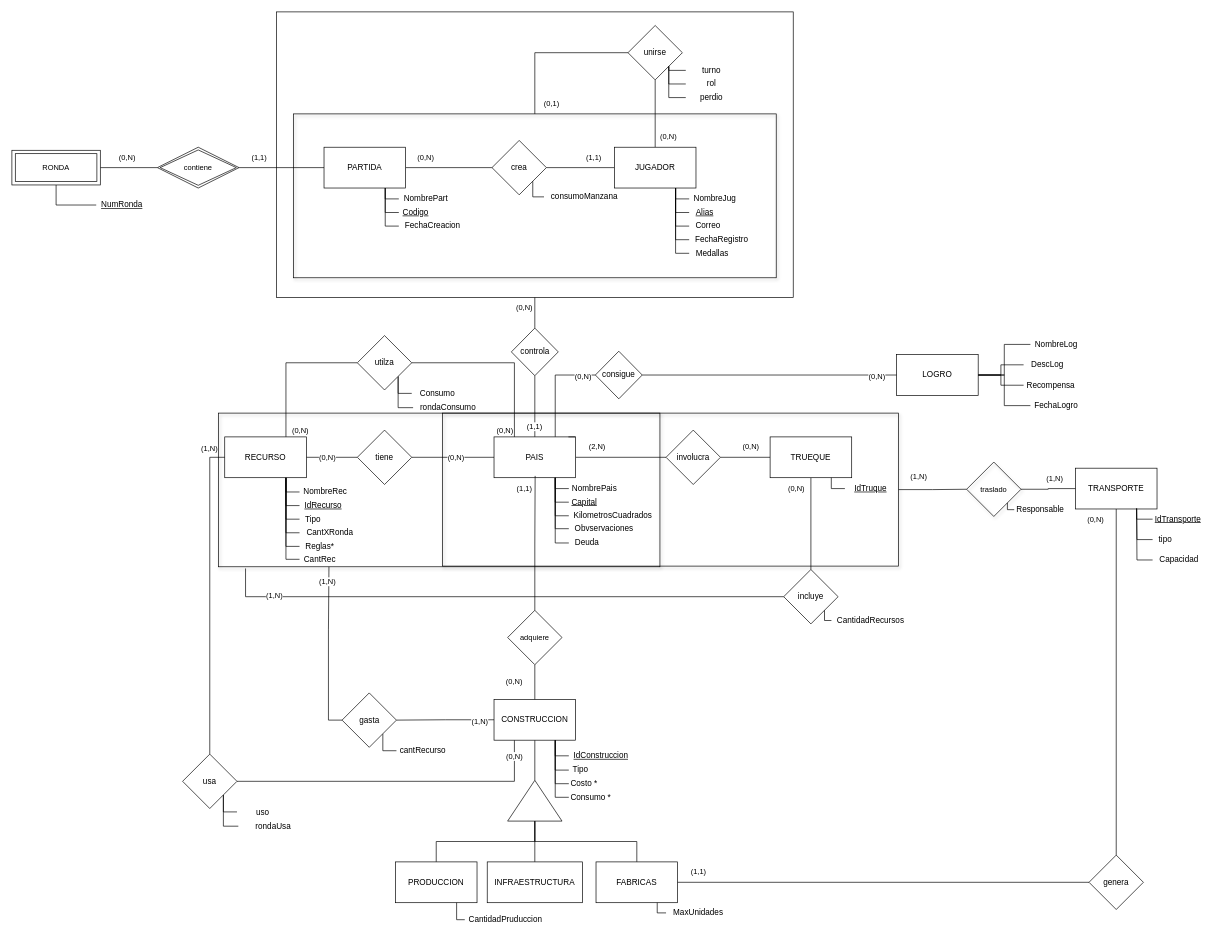
Above: Obligatorio1/MER/Obl1MER .drawio in zequui/BaseDeDatos1_FacultadORT (draw.io), before the change. Source tidied: cells renumbered, new cells numbered last; positions are measured from the earlier drawing's top-left corner, leaving out a move shared by most shapes. Both pictures are drawn from the tidied source at 68%, with x=0, y=0 at pixel (12, 12).
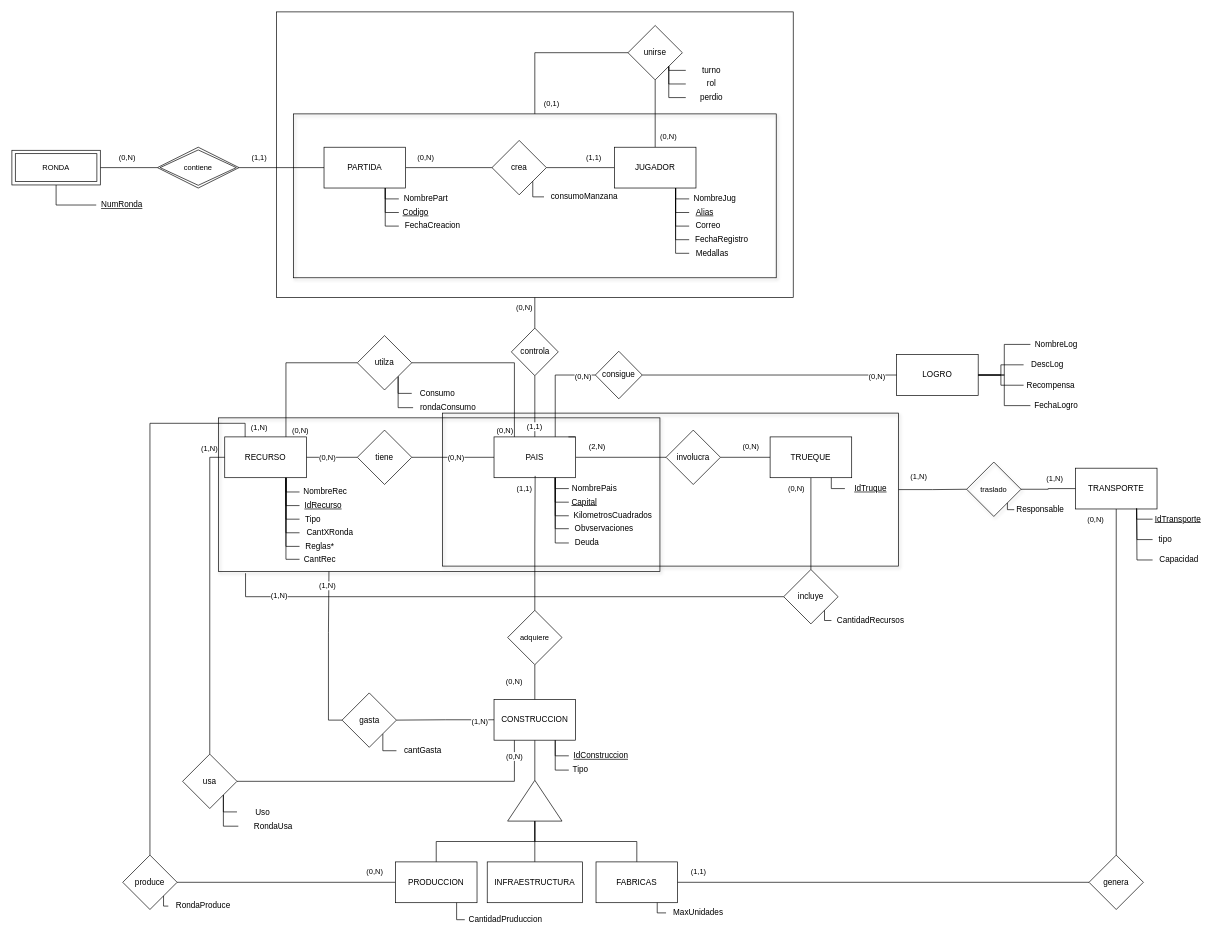
Above is the later version.

The change refers to these unchanged cells:
```xml
<mxCell id="56" value="RECURSO" style="rounded=0;whiteSpace=wrap;html=1;" parent="1" vertex="1">
  <mxGeometry x="313" y="625" width="120" height="60" as="geometry" />
</mxCell>
<mxCell id="70" value="CONSTRUCCION" style="rounded=0;whiteSpace=wrap;html=1;" parent="1" vertex="1">
  <mxGeometry x="709" y="1011" width="120" height="60" as="geometry" />
</mxCell>
<mxCell id="112" value="PRODUCCION" style="rounded=0;whiteSpace=wrap;html=1;" parent="1" vertex="1">
  <mxGeometry x="564" y="1250" width="120" height="60" as="geometry" />
</mxCell>
```

Change to the diagram source:
```diff
@@
     <mxCell id="2" style="rounded=0;whiteSpace=wrap;html=1;fontFamily=Helvetica;fontSize=11;fontColor=default;labelBackgroundColor=default;fillColor=none;shadow=1;" parent="1" vertex="1">
-      <mxGeometry x="304" y="590" width="649" height="226" as="geometry" />
+      <mxGeometry x="304" y="597" width="649" height="226" as="geometry" />
     </mxCell>
@@
+    <mxCell id="185" style="edgeStyle=orthogonalEdgeStyle;rounded=0;jettySize=auto;html=1;exitX=0;exitY=0.5;exitDx=0;exitDy=0;entryX=1;entryY=0.5;entryDx=0;entryDy=0;endArrow=none;endFill=0;" parent="1" edge="1" source="112" target="187">
+      <mxGeometry relative="1" as="geometry" />
+    </mxCell>
@@
-    <mxCell id="135" style="edgeStyle=orthogonalEdgeStyle;shape=connector;rounded=0;jettySize=auto;html=1;exitX=0;exitY=0.5;exitDx=0;exitDy=0;entryX=0.75;entryY=1;entryDx=0;entryDy=0;strokeColor=default;align=center;verticalAlign=middle;fontFamily=Helvetica;fontSize=11;fontColor=default;labelBackgroundColor=default;endArrow=none;endFill=0;" parent="1" edge="1" source="136" target="70">
-      <mxGeometry relative="1" as="geometry" />
-    </mxCell>
-    <mxCell id="136" value="Costo *" style="text;html=1;align=center;verticalAlign=middle;whiteSpace=wrap;rounded=0;" parent="1" vertex="1">
-      <mxGeometry x="819" y="1120" width="45" height="30" as="geometry" />
-    </mxCell>
-    <mxCell id="137" style="edgeStyle=orthogonalEdgeStyle;shape=connector;rounded=0;jettySize=auto;html=1;exitX=0;exitY=0.5;exitDx=0;exitDy=0;entryX=0.75;entryY=1;entryDx=0;entryDy=0;strokeColor=default;align=center;verticalAlign=middle;fontFamily=Helvetica;fontSize=11;fontColor=default;labelBackgroundColor=default;endArrow=none;endFill=0;" parent="1" edge="1" source="138" target="70">
-      <mxGeometry relative="1" as="geometry" />
-    </mxCell>
-    <mxCell id="138" value="Consumo *" style="text;html=1;align=center;verticalAlign=middle;whiteSpace=wrap;rounded=0;" parent="1" vertex="1">
-      <mxGeometry x="819" y="1140" width="65" height="30" as="geometry" />
-    </mxCell>
@@
-    <mxCell id="175" value="uso" style="text;html=1;align=center;verticalAlign=middle;whiteSpace=wrap;rounded=0;" parent="1" vertex="1">
+    <mxCell id="175" value="Uso" style="text;html=1;align=center;verticalAlign=middle;whiteSpace=wrap;rounded=0;" parent="1" vertex="1">
       <mxGeometry x="331" y="1161.5" width="76" height="30" as="geometry" />
     </mxCell>
@@
-    <mxCell id="177" value="rondaUsa" style="text;html=1;align=center;verticalAlign=middle;whiteSpace=wrap;rounded=0;" parent="1" vertex="1">
+    <mxCell id="177" value="RondaUsa" style="text;html=1;align=center;verticalAlign=middle;whiteSpace=wrap;rounded=0;" parent="1" vertex="1">
       <mxGeometry x="333" y="1182.5" width="103" height="30" as="geometry" />
     </mxCell>
@@
-    <mxCell id="181" value="cantRecurso" style="text;html=1;align=center;verticalAlign=middle;whiteSpace=wrap;rounded=0;" parent="1" vertex="1">
+    <mxCell id="181" value="cantGasta" style="text;html=1;align=center;verticalAlign=middle;whiteSpace=wrap;rounded=0;" parent="1" vertex="1">
       <mxGeometry x="565.5" y="1071.5" width="76.5" height="30" as="geometry" />
     </mxCell>
@@
+    <mxCell id="186" style="edgeStyle=orthogonalEdgeStyle;shape=connector;rounded=0;jettySize=auto;html=1;exitX=0.5;exitY=0;exitDx=0;exitDy=0;entryX=0.25;entryY=0;entryDx=0;entryDy=0;strokeColor=default;align=center;verticalAlign=middle;fontFamily=Helvetica;fontSize=11;fontColor=default;labelBackgroundColor=default;endArrow=none;endFill=0;" parent="1" edge="1" source="187" target="56">
+      <mxGeometry relative="1" as="geometry" />
+    </mxCell>
+    <mxCell id="187" value="produce" style="rhombus;whiteSpace=wrap;html=1;rounded=0;" parent="1" vertex="1">
+      <mxGeometry x="163" y="1240" width="80" height="80" as="geometry" />
+    </mxCell>
+    <mxCell id="188" value="(0,N)" style="text;html=1;align=center;verticalAlign=middle;whiteSpace=wrap;rounded=0;fontFamily=Helvetica;fontSize=11;fontColor=default;labelBackgroundColor=default;" parent="1" vertex="1">
+      <mxGeometry x="504" y="1250" width="60" height="30" as="geometry" />
+    </mxCell>
+    <mxCell id="189" value="(1,N)" style="text;html=1;align=center;verticalAlign=middle;whiteSpace=wrap;rounded=0;fontFamily=Helvetica;fontSize=11;fontColor=default;labelBackgroundColor=default;" parent="1" vertex="1">
+      <mxGeometry x="334" y="597" width="60" height="30" as="geometry" />
+    </mxCell>
+    <mxCell id="190" style="edgeStyle=orthogonalEdgeStyle;shape=connector;rounded=0;jettySize=auto;html=1;exitX=0;exitY=0.5;exitDx=0;exitDy=0;entryX=1;entryY=1;entryDx=0;entryDy=0;strokeColor=default;align=center;verticalAlign=middle;fontFamily=Helvetica;fontSize=11;fontColor=default;labelBackgroundColor=default;endArrow=none;endFill=0;" parent="1" edge="1" source="191" target="187">
+      <mxGeometry relative="1" as="geometry" />
+    </mxCell>
+    <mxCell id="191" value="RondaProduce" style="text;html=1;align=center;verticalAlign=middle;whiteSpace=wrap;rounded=0;" parent="1" vertex="1">
+      <mxGeometry x="230" y="1300" width="103" height="30" as="geometry" />
+    </mxCell>
```
